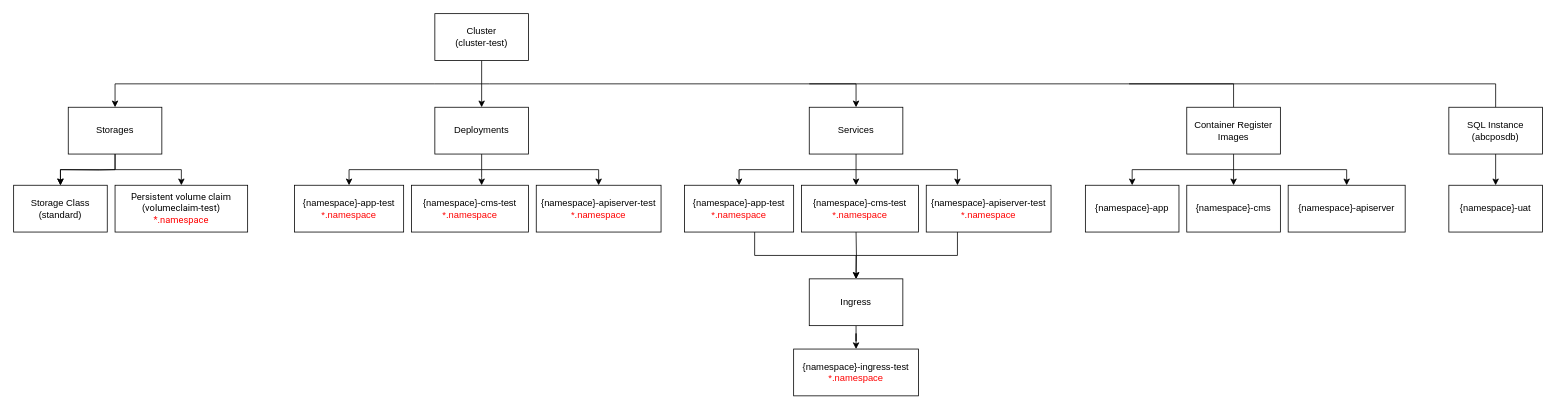
Before: Untitled Diagram.drawio in robbywu-linkage/robbywu-linkage, a draw.io diagram. Source tidied: cells renumbered, new cells numbered last; positions are measured from the earlier drawing's top-left corner, leaving out a move shared by most shapes. Both pictures are drawn from the tidied source at 78%, with x=0, y=0 at pixel (13, 13).
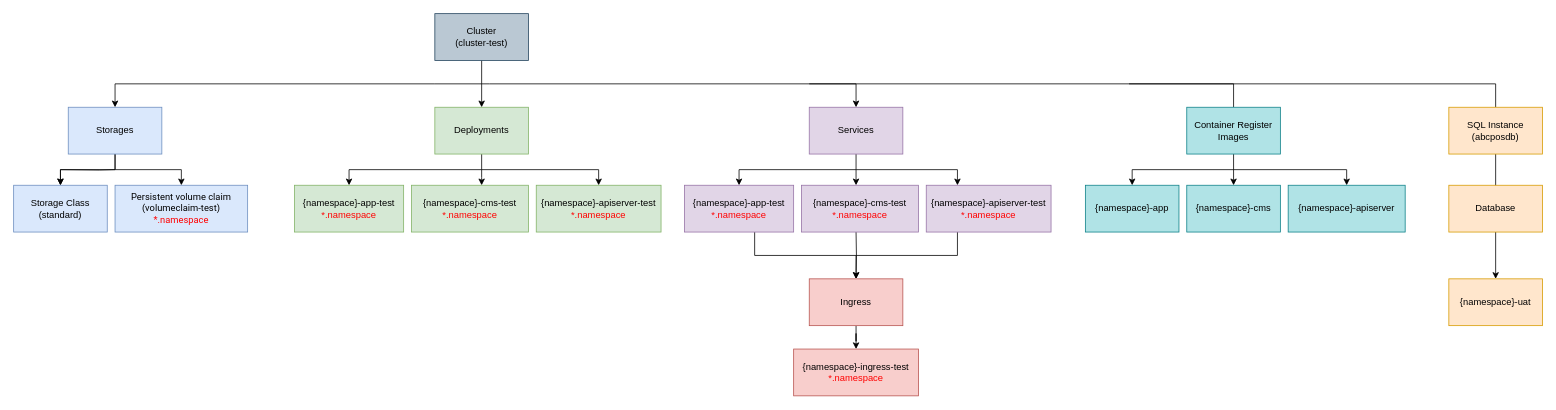
The same diagram, later.

Commit message:
GKE Architecture

The edit, as a diff of the source:
```diff
@@
-    <mxCell id="4" value="Cluster&lt;br&gt;(cluster-test)" style="rounded=0;whiteSpace=wrap;html=1;" parent="1" vertex="1">
+    <mxCell id="4" value="Cluster&lt;br&gt;(cluster-test)" style="rounded=0;whiteSpace=wrap;html=1;fillColor=#bac8d3;strokeColor=#23445d;" parent="1" vertex="1">
       <mxGeometry x="540" width="120" height="60" as="geometry" />
     </mxCell>
@@
-    <mxCell id="8" value="Storages" style="rounded=0;whiteSpace=wrap;html=1;" parent="1" vertex="1">
+    <mxCell id="8" value="Storages" style="rounded=0;whiteSpace=wrap;html=1;fillColor=#dae8fc;strokeColor=#6c8ebf;" parent="1" vertex="1">
       <mxGeometry x="70" y="120" width="120" height="60" as="geometry" />
     </mxCell>
-    <mxCell id="9" value="Storage Class&lt;br&gt;(standard)" style="rounded=0;whiteSpace=wrap;html=1;" parent="1" vertex="1">
+    <mxCell id="9" value="Storage Class&lt;br&gt;(standard)" style="rounded=0;whiteSpace=wrap;html=1;fillColor=#dae8fc;strokeColor=#6c8ebf;" parent="1" vertex="1">
       <mxGeometry y="220" width="120" height="60" as="geometry" />
     </mxCell>
-    <mxCell id="10" value="&lt;font style=&quot;font-size: 12px&quot;&gt;&lt;span style=&quot;background-color: rgb(255 , 255 , 255)&quot;&gt;&lt;font face=&quot;roboto&quot; style=&quot;font-size: 12px&quot;&gt;Persistent volume claim&lt;/font&gt;&lt;br&gt;&lt;font face=&quot;roboto&quot; style=&quot;font-size: 12px&quot;&gt;(volumeclaim-test)&lt;/font&gt;&lt;br&gt;&lt;/span&gt;&lt;span style=&quot;font-family: &amp;#34;roboto&amp;#34; ; background-color: rgb(255 , 255 , 255)&quot;&gt;&lt;font color=&quot;#ff0000&quot; style=&quot;font-size: 12px&quot;&gt;*.namespace&lt;/font&gt;&lt;/span&gt;&lt;/font&gt;&lt;span style=&quot;background-color: rgb(255 , 255 , 255)&quot;&gt;&lt;br&gt;&lt;/span&gt;" style="rounded=0;whiteSpace=wrap;html=1;" parent="1" vertex="1">
+    <mxCell id="10" value="&lt;font style=&quot;font-size: 12px&quot;&gt;&lt;font face=&quot;roboto&quot; style=&quot;font-size: 12px&quot;&gt;Persistent volume claim&lt;/font&gt;&lt;br&gt;&lt;font face=&quot;roboto&quot; style=&quot;font-size: 12px&quot;&gt;(volumeclaim-test)&lt;/font&gt;&lt;br&gt;&lt;span style=&quot;font-family: &amp;#34;roboto&amp;#34;&quot;&gt;&lt;font color=&quot;#ff0000&quot; style=&quot;font-size: 12px&quot;&gt;*.namespace&lt;/font&gt;&lt;/span&gt;&lt;/font&gt;&lt;span style=&quot;background-color: rgb(255 , 255 , 255)&quot;&gt;&lt;br&gt;&lt;/span&gt;" style="rounded=0;whiteSpace=wrap;html=1;strokeColor=#6c8ebf;fillColor=#dae8fc;" parent="1" vertex="1">
       <mxGeometry x="130" y="220" width="170" height="60" as="geometry" />
     </mxCell>
@@
-    <mxCell id="14" value="Deployments" style="rounded=0;whiteSpace=wrap;html=1;" parent="1" vertex="1">
+    <mxCell id="14" value="Deployments" style="rounded=0;whiteSpace=wrap;html=1;fillColor=#d5e8d4;strokeColor=#82b366;" parent="1" vertex="1">
       <mxGeometry x="540" y="120" width="120" height="60" as="geometry" />
     </mxCell>
-    <mxCell id="15" value="{namespace}-app-test&lt;br&gt;&lt;font color=&quot;#ff0000&quot;&gt;*.namespace&lt;/font&gt;" style="rounded=0;whiteSpace=wrap;html=1;" parent="1" vertex="1">
+    <mxCell id="15" value="{namespace}-app-test&lt;br&gt;&lt;font color=&quot;#ff0000&quot;&gt;*.namespace&lt;/font&gt;" style="rounded=0;whiteSpace=wrap;html=1;fillColor=#d5e8d4;strokeColor=#82b366;" parent="1" vertex="1">
       <mxGeometry x="360" y="220" width="140" height="60" as="geometry" />
     </mxCell>
-    <mxCell id="16" value="{namespace}-cms-test&lt;br&gt;&lt;font color=&quot;#ff0000&quot;&gt;*.namespace&lt;/font&gt;" style="rounded=0;whiteSpace=wrap;html=1;" parent="1" vertex="1">
+    <mxCell id="16" value="{namespace}-cms-test&lt;br&gt;&lt;font color=&quot;#ff0000&quot;&gt;*.namespace&lt;/font&gt;" style="rounded=0;whiteSpace=wrap;html=1;fillColor=#d5e8d4;strokeColor=#82b366;" parent="1" vertex="1">
       <mxGeometry x="510" y="220" width="150" height="60" as="geometry" />
     </mxCell>
-    <mxCell id="17" value="{namespace}-apiserver-test&lt;br&gt;&lt;font color=&quot;#ff0000&quot;&gt;*.namespace&lt;/font&gt;" style="rounded=0;whiteSpace=wrap;html=1;" parent="1" vertex="1">
+    <mxCell id="17" value="{namespace}-apiserver-test&lt;br&gt;&lt;font color=&quot;#ff0000&quot;&gt;*.namespace&lt;/font&gt;" style="rounded=0;whiteSpace=wrap;html=1;fillColor=#d5e8d4;strokeColor=#82b366;" parent="1" vertex="1">
       <mxGeometry x="670" y="220" width="160" height="60" as="geometry" />
     </mxCell>
@@
-    <mxCell id="21" value="Services" style="rounded=0;whiteSpace=wrap;html=1;" parent="1" vertex="1">
+    <mxCell id="21" value="Services" style="rounded=0;whiteSpace=wrap;html=1;fillColor=#e1d5e7;strokeColor=#9673a6;" parent="1" vertex="1">
       <mxGeometry x="1020" y="120" width="120" height="60" as="geometry" />
     </mxCell>
@@
-    <mxCell id="27" value="Ingress" style="rounded=0;whiteSpace=wrap;html=1;" parent="1" vertex="1">
+    <mxCell id="27" value="Ingress" style="rounded=0;whiteSpace=wrap;html=1;fillColor=#f8cecc;strokeColor=#b85450;" parent="1" vertex="1">
       <mxGeometry x="1020" y="340" width="120" height="60" as="geometry" />
     </mxCell>
@@
-    <mxCell id="32" value="Container Register&lt;br&gt;Images" style="rounded=0;whiteSpace=wrap;html=1;" parent="1" vertex="1">
+    <mxCell id="32" value="Container Register&lt;br&gt;Images" style="rounded=0;whiteSpace=wrap;html=1;fillColor=#b0e3e6;strokeColor=#0e8088;" parent="1" vertex="1">
       <mxGeometry x="1504" y="120" width="120" height="60" as="geometry" />
     </mxCell>
-    <mxCell id="33" value="{namespace}-app" style="rounded=0;whiteSpace=wrap;html=1;" parent="1" vertex="1">
+    <mxCell id="33" value="{namespace}-app" style="rounded=0;whiteSpace=wrap;html=1;fillColor=#b0e3e6;strokeColor=#0e8088;" parent="1" vertex="1">
       <mxGeometry x="1374" y="220" width="120" height="60" as="geometry" />
     </mxCell>
-    <mxCell id="34" value="{namespace}-cms" style="rounded=0;whiteSpace=wrap;html=1;" parent="1" vertex="1">
+    <mxCell id="34" value="{namespace}-cms" style="rounded=0;whiteSpace=wrap;html=1;fillColor=#b0e3e6;strokeColor=#0e8088;" parent="1" vertex="1">
       <mxGeometry x="1504" y="220" width="120" height="60" as="geometry" />
     </mxCell>
-    <mxCell id="35" value="{namespace}-apiserver" style="rounded=0;whiteSpace=wrap;html=1;" parent="1" vertex="1">
+    <mxCell id="35" value="{namespace}-apiserver" style="rounded=0;whiteSpace=wrap;html=1;fillColor=#b0e3e6;strokeColor=#0e8088;" parent="1" vertex="1">
       <mxGeometry x="1634" y="220" width="150" height="60" as="geometry" />
     </mxCell>
@@
-    <mxCell id="38" value="SQL Instance&lt;br&gt;(abcposdb)" style="rounded=0;whiteSpace=wrap;html=1;" parent="1" vertex="1">
+    <mxCell id="38" value="SQL Instance&lt;br&gt;(abcposdb)" style="rounded=0;whiteSpace=wrap;html=1;fillColor=#ffe6cc;strokeColor=#d79b00;" parent="1" vertex="1">
       <mxGeometry x="1840" y="120" width="120" height="60" as="geometry" />
     </mxCell>
-    <mxCell id="39" value="{namespace}-uat" style="rounded=0;whiteSpace=wrap;html=1;" parent="1" vertex="1">
-      <mxGeometry x="1840" y="220" width="120" height="60" as="geometry" />
+    <mxCell id="39" value="{namespace}-uat" style="rounded=0;whiteSpace=wrap;html=1;fillColor=#ffe6cc;strokeColor=#d79b00;" parent="1" vertex="1">
+      <mxGeometry x="1840" y="340" width="120" height="60" as="geometry" />
     </mxCell>
-    <mxCell id="40" value="{namespace}-app-test&lt;br&gt;&lt;font color=&quot;#ff0000&quot;&gt;*.namespace&lt;/font&gt;" style="rounded=0;whiteSpace=wrap;html=1;" parent="1" vertex="1">
+    <mxCell id="40" value="{namespace}-app-test&lt;br&gt;&lt;font color=&quot;#ff0000&quot;&gt;*.namespace&lt;/font&gt;" style="rounded=0;whiteSpace=wrap;html=1;fillColor=#e1d5e7;strokeColor=#9673a6;" parent="1" vertex="1">
       <mxGeometry x="860" y="220" width="140" height="60" as="geometry" />
     </mxCell>
-    <mxCell id="41" value="{namespace}-cms-test&lt;br&gt;&lt;font color=&quot;#ff0000&quot;&gt;*.namespace&lt;/font&gt;" style="rounded=0;whiteSpace=wrap;html=1;" parent="1" vertex="1">
+    <mxCell id="41" value="{namespace}-cms-test&lt;br&gt;&lt;font color=&quot;#ff0000&quot;&gt;*.namespace&lt;/font&gt;" style="rounded=0;whiteSpace=wrap;html=1;fillColor=#e1d5e7;strokeColor=#9673a6;" parent="1" vertex="1">
       <mxGeometry x="1010" y="220" width="150" height="60" as="geometry" />
     </mxCell>
-    <mxCell id="42" value="{namespace}-apiserver-test&lt;br&gt;&lt;font color=&quot;#ff0000&quot;&gt;*.namespace&lt;/font&gt;" style="rounded=0;whiteSpace=wrap;html=1;" parent="1" vertex="1">
+    <mxCell id="42" value="{namespace}-apiserver-test&lt;br&gt;&lt;font color=&quot;#ff0000&quot;&gt;*.namespace&lt;/font&gt;" style="rounded=0;whiteSpace=wrap;html=1;fillColor=#e1d5e7;strokeColor=#9673a6;" parent="1" vertex="1">
       <mxGeometry x="1170" y="220" width="160" height="60" as="geometry" />
     </mxCell>
-    <mxCell id="43" value="{namespace}-ingress-test&lt;br&gt;&lt;font color=&quot;#ff0000&quot;&gt;*.namespace&lt;/font&gt;" style="rounded=0;whiteSpace=wrap;html=1;" parent="1" vertex="1">
+    <mxCell id="43" value="{namespace}-ingress-test&lt;br&gt;&lt;font color=&quot;#ff0000&quot;&gt;*.namespace&lt;/font&gt;" style="rounded=0;whiteSpace=wrap;html=1;fillColor=#f8cecc;strokeColor=#b85450;" parent="1" vertex="1">
       <mxGeometry x="1000" y="430" width="160" height="60" as="geometry" />
     </mxCell>
+    <mxCell id="44" value="Database" style="rounded=0;whiteSpace=wrap;html=1;fillColor=#ffe6cc;strokeColor=#d79b00;" parent="1" vertex="1">
+      <mxGeometry x="1840" y="220" width="120" height="60" as="geometry" />
+    </mxCell>
```
